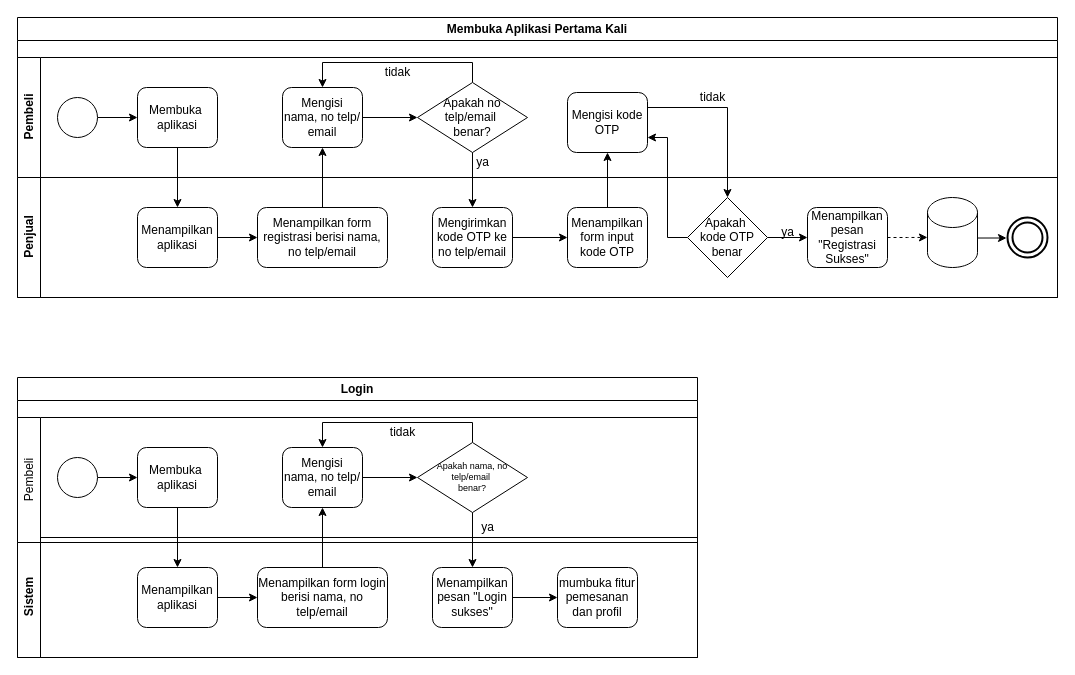
The draw.io diagram BPMN.drawio in yogadwipayana/ERD, before the edit. Source tidied: cells renumbered, new cells numbered last; positions are measured from the earlier drawing's top-left corner, leaving out a move shared by most shapes. Both pictures are drawn from the tidied source at 100%, with x=0, y=0 at pixel (17, 17).
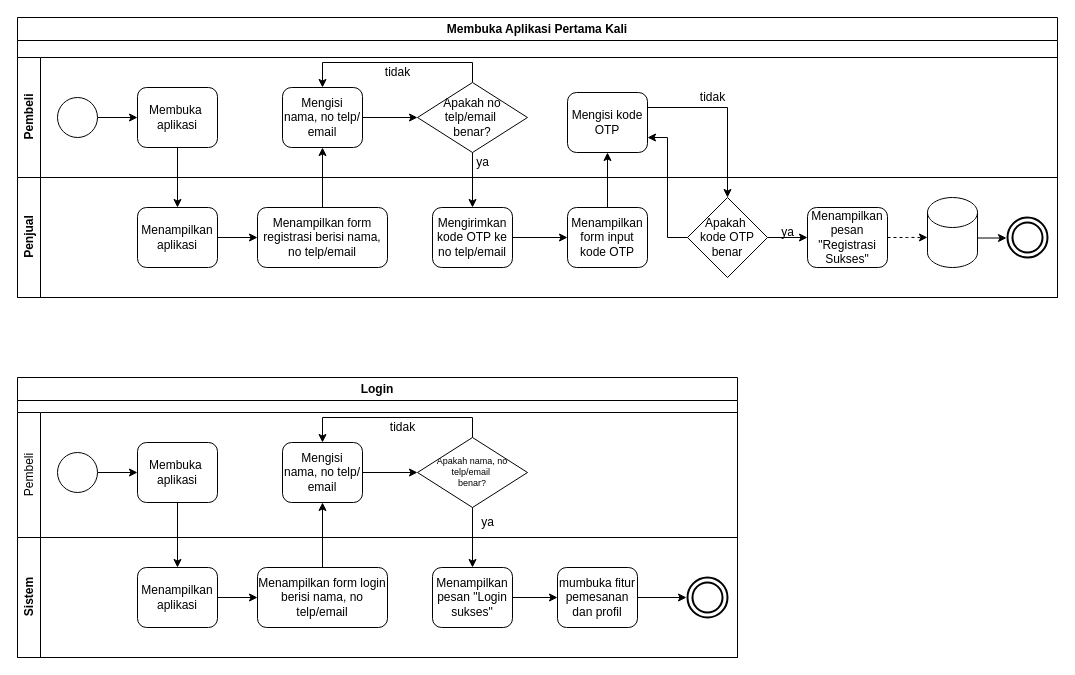
Above is the later version.

The change refers to these unchanged cells:
```xml
<mxCell id="44" value="mumbuka fitur pemesanan dan profil" style="rounded=1;whiteSpace=wrap;html=1;" parent="38" vertex="1">
  <mxGeometry x="540" y="30" width="80" height="60" as="geometry" />
</mxCell>
```

Diff of the diagram source:
```diff
@@
     <mxCell id="37" value="Login" style="swimlane;whiteSpace=wrap;html=1;" parent="1" vertex="1">
-      <mxGeometry y="360" width="680" height="280" as="geometry" />
+      <mxGeometry y="360" width="720" height="280" as="geometry" />
     </mxCell>
     <mxCell id="38" value="Sistem" style="swimlane;horizontal=0;whiteSpace=wrap;html=1;" parent="37" vertex="1">
-      <mxGeometry y="160" width="680" height="120" as="geometry" />
+      <mxGeometry y="160" width="720" height="120" as="geometry" />
     </mxCell>
@@
+    <mxCell id="58" style="edgeStyle=orthogonalEdgeStyle;rounded=0;jettySize=auto;html=1;exitX=1;exitY=0.5;exitDx=0;exitDy=0;entryX=0;entryY=0.5;entryDx=0;entryDy=0;" parent="38" edge="1" source="44" target="59">
+      <mxGeometry relative="1" as="geometry" />
+    </mxCell>
@@
+    <mxCell id="59" style="ellipse;whiteSpace=wrap;html=1;perimeterSpacing=1;strokeWidth=2;gradientColor=none;fillStyle=auto;" parent="38" vertex="1">
+      <mxGeometry x="670" y="40" width="40" height="40" as="geometry" />
+    </mxCell>
+    <mxCell id="60" style="ellipse;whiteSpace=wrap;html=1;perimeterSpacing=1;strokeWidth=2;gradientColor=none;fillStyle=auto;" parent="38" vertex="1">
+      <mxGeometry x="675" y="45" width="30" height="30" as="geometry" />
+    </mxCell>
     <mxCell id="45" value="Pembeli" style="swimlane;horizontal=0;whiteSpace=wrap;html=1;startSize=23;fontStyle=0;fontSize=12;" parent="37" vertex="1">
-      <mxGeometry y="40" width="680" height="125" as="geometry" />
+      <mxGeometry y="35" width="720" height="125" as="geometry" />
     </mxCell>
```
